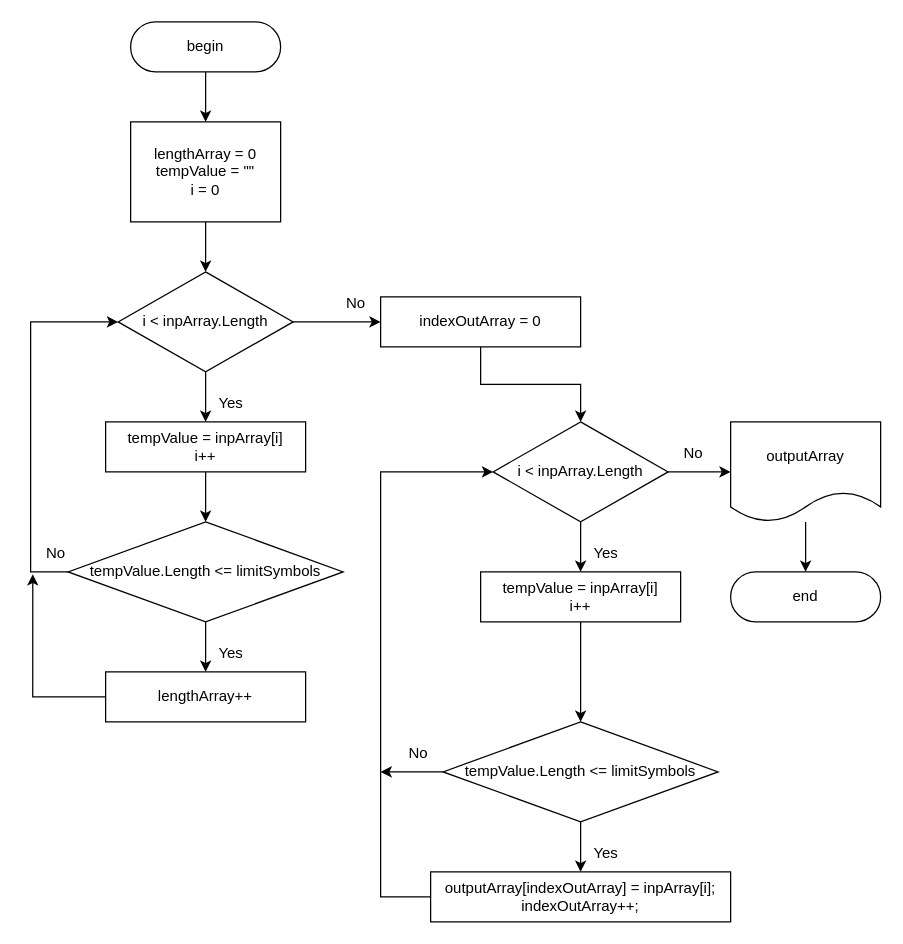
chirmarin/FinalProject keeps this draw.io diagram as ShowArrayWithLimitsOfChars.drawio. Above is the earlier version. Source tidied: cells renumbered, new cells numbered last; positions are measured from the earlier drawing's top-left corner, leaving out a move shared by most shapes. Both pictures are drawn from the tidied source at 125%, with x=0, y=0 at pixel (30, 21).
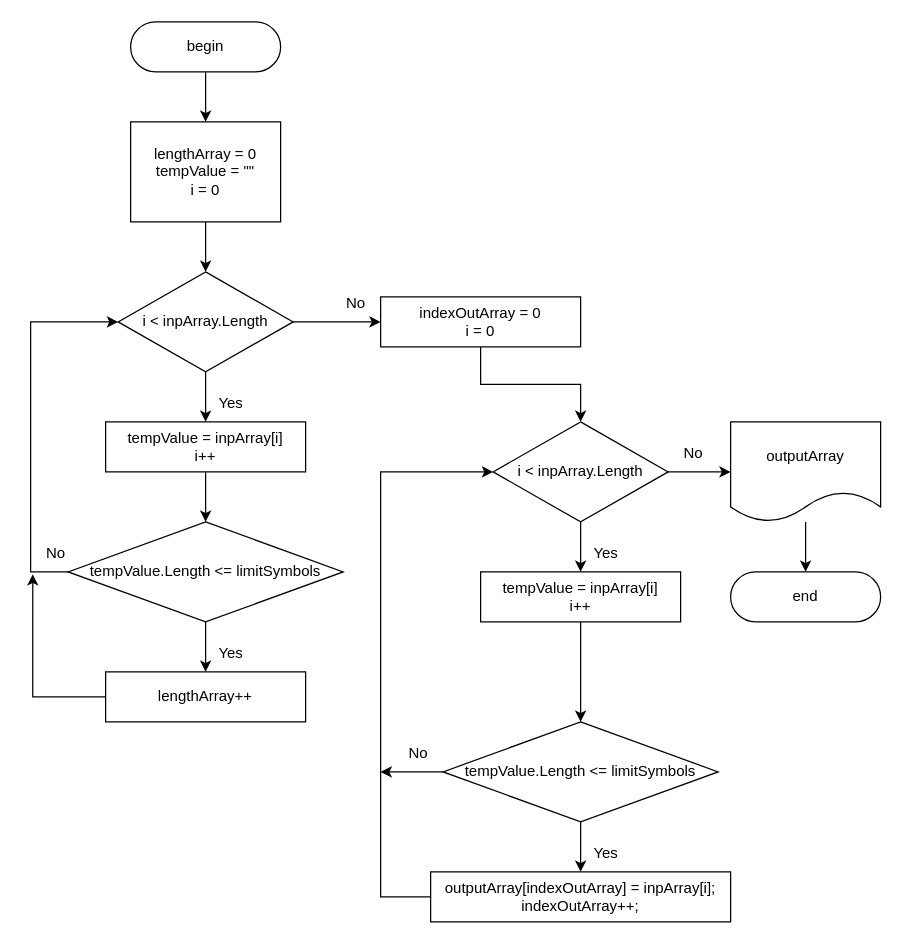
The same diagram, later.

Commit message:
add scheme of method AnalizeWords 2.0

What changed in the source:
```diff
@@
-    <mxCell id="19" value="indexOutArray = 0" style="rounded=0;whiteSpace=wrap;html=1;" parent="1" vertex="1">
+    <mxCell id="19" value="indexOutArray = 0&lt;br&gt;i = 0" style="rounded=0;whiteSpace=wrap;html=1;" parent="1" vertex="1">
       <mxGeometry x="280" y="220" width="160" height="40" as="geometry" />
     </mxCell>
```
